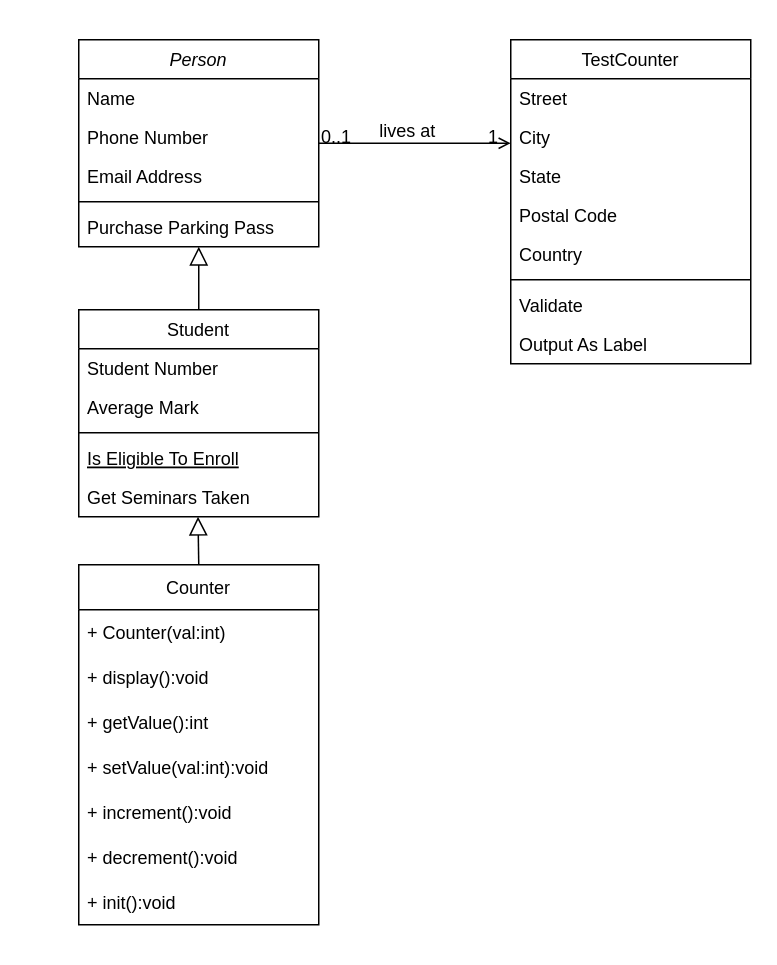
Above: Untitled Diagram.drawio in alicemabille/bop (draw.io), before the change. Source tidied: cells renumbered, new cells numbered last; positions are measured from the earlier drawing's top-left corner, leaving out a move shared by most shapes. Both pictures are drawn from the tidied source at 150%, with x=0, y=0 at pixel (78, 39).
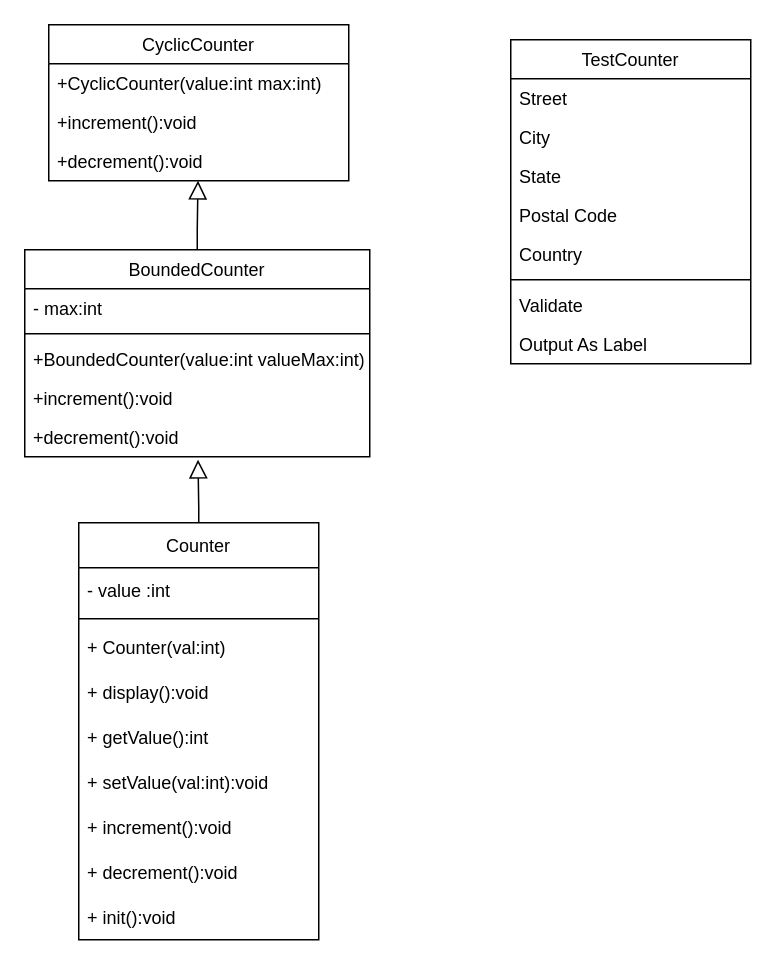
The same diagram, later.

The change refers to these unchanged cells:
```xml
<mxCell id="15" value="TestCounter&#10;" style="swimlane;fontStyle=0;align=center;verticalAlign=top;horizontal=1;startSize=26;rounded=0;shadow=0;strokeWidth=1;" parent="1" vertex="1">
  <mxGeometry x="288" width="160" height="216" as="geometry" />
</mxCell>
```

Diff of the diagram source:
```diff
@@
-    <mxCell id="2" value="Person" style="swimlane;fontStyle=2;align=center;verticalAlign=top;horizontal=1;startSize=26;rounded=0;shadow=0;strokeWidth=1;" parent="1" vertex="1">
-      <mxGeometry width="160" height="138" as="geometry" />
+    <mxCell id="2" value="BoundedCounter" style="swimlane;fontStyle=0;align=center;verticalAlign=top;horizontal=1;startSize=26;rounded=0;shadow=0;strokeWidth=1;" parent="1" vertex="1">
+      <mxGeometry x="-36" y="140" width="230" height="138" as="geometry" />
     </mxCell>
-    <mxCell id="3" value="Name" style="text;align=left;verticalAlign=top;spacingLeft=4;spacingRight=4;overflow=hidden;" parent="2" vertex="1">
-      <mxGeometry y="26" width="160" height="26" as="geometry" />
+    <mxCell id="3" value="- max:int" style="text;align=left;verticalAlign=top;spacingLeft=4;spacingRight=4;overflow=hidden;" parent="2" vertex="1">
+      <mxGeometry y="26" width="230" height="26" as="geometry" />
     </mxCell>
+    <mxCell id="37" style="line;html=1;strokeWidth=1;align=left;verticalAlign=middle;spacingTop=-1;spacingLeft=3;spacingRight=3;labelPosition=right;" parent="2" vertex="1">
+      <mxGeometry y="52" width="230" height="8" as="geometry" />
+    </mxCell>
-    <mxCell id="4" value="Phone Number" style="text;align=left;verticalAlign=top;spacingLeft=4;spacingRight=4;overflow=hidden;rounded=0;shadow=0;html=0;" parent="2" vertex="1">
-      <mxGeometry y="52" width="160" height="26" as="geometry" />
+    <mxCell id="4" value="+BoundedCounter(value:int valueMax:int)" style="text;align=left;verticalAlign=top;spacingLeft=4;spacingRight=4;overflow=hidden;rounded=0;shadow=0;html=0;" parent="2" vertex="1">
+      <mxGeometry y="60" width="230" height="26" as="geometry" />
     </mxCell>
-    <mxCell id="5" value="Email Address" style="text;align=left;verticalAlign=top;spacingLeft=4;spacingRight=4;overflow=hidden;rounded=0;shadow=0;html=0;" parent="2" vertex="1">
-      <mxGeometry y="78" width="160" height="26" as="geometry" />
+    <mxCell id="5" value="+increment():void" style="text;align=left;verticalAlign=top;spacingLeft=4;spacingRight=4;overflow=hidden;rounded=0;shadow=0;html=0;" parent="2" vertex="1">
+      <mxGeometry y="86" width="230" height="26" as="geometry" />
     </mxCell>
-    <mxCell id="6" style="line;html=1;strokeWidth=1;align=left;verticalAlign=middle;spacingTop=-1;spacingLeft=3;spacingRight=3;labelPosition=right;" parent="2" vertex="1">
-      <mxGeometry y="104" width="160" height="8" as="geometry" />
-    </mxCell>
-    <mxCell id="7" value="Purchase Parking Pass" style="text;align=left;verticalAlign=top;spacingLeft=4;spacingRight=4;overflow=hidden;" parent="2" vertex="1">
-      <mxGeometry y="112" width="160" height="26" as="geometry" />
+    <mxCell id="7" value="+decrement():void" style="text;align=left;verticalAlign=top;spacingLeft=4;spacingRight=4;overflow=hidden;" parent="2" vertex="1">
+      <mxGeometry y="112" width="230" height="26" as="geometry" />
     </mxCell>
-    <mxCell id="8" value="Student" style="swimlane;fontStyle=0;align=center;verticalAlign=top;horizontal=1;startSize=26;rounded=0;shadow=0;strokeWidth=1;" parent="1" vertex="1">
-      <mxGeometry y="180" width="160" height="138" as="geometry" />
+    <mxCell id="8" value="CyclicCounter" style="swimlane;fontStyle=0;align=center;verticalAlign=top;horizontal=1;startSize=26;rounded=0;shadow=0;strokeWidth=1;" parent="1" vertex="1">
+      <mxGeometry x="-20" y="-10" width="200" height="104" as="geometry" />
     </mxCell>
-    <mxCell id="9" value="Student Number" style="text;align=left;verticalAlign=top;spacingLeft=4;spacingRight=4;overflow=hidden;" parent="8" vertex="1">
-      <mxGeometry y="26" width="160" height="26" as="geometry" />
+    <mxCell id="9" value="+CyclicCounter(value:int max:int)" style="text;align=left;verticalAlign=top;spacingLeft=4;spacingRight=4;overflow=hidden;" parent="8" vertex="1">
+      <mxGeometry y="26" width="200" height="26" as="geometry" />
     </mxCell>
-    <mxCell id="10" value="Average Mark" style="text;align=left;verticalAlign=top;spacingLeft=4;spacingRight=4;overflow=hidden;rounded=0;shadow=0;html=0;" parent="8" vertex="1">
-      <mxGeometry y="52" width="160" height="26" as="geometry" />
+    <mxCell id="10" value="+increment():void" style="text;align=left;verticalAlign=top;spacingLeft=4;spacingRight=4;overflow=hidden;rounded=0;shadow=0;html=0;" parent="8" vertex="1">
+      <mxGeometry y="52" width="200" height="26" as="geometry" />
     </mxCell>
-    <mxCell id="11" style="line;html=1;strokeWidth=1;align=left;verticalAlign=middle;spacingTop=-1;spacingLeft=3;spacingRight=3;labelPosition=right;" parent="8" vertex="1">
-      <mxGeometry y="78" width="160" height="8" as="geometry" />
-    </mxCell>
-    <mxCell id="12" value="Is Eligible To Enroll" style="text;align=left;verticalAlign=top;spacingLeft=4;spacingRight=4;overflow=hidden;fontStyle=4;" parent="8" vertex="1">
-      <mxGeometry y="86" width="160" height="26" as="geometry" />
+    <mxCell id="12" value="+decrement():void" style="text;align=left;verticalAlign=top;spacingLeft=4;spacingRight=4;overflow=hidden;fontStyle=0;" parent="8" vertex="1">
+      <mxGeometry y="78" width="200" height="26" as="geometry" />
     </mxCell>
-    <mxCell id="13" value="Get Seminars Taken" style="text;align=left;verticalAlign=top;spacingLeft=4;spacingRight=4;overflow=hidden;" parent="8" vertex="1">
-      <mxGeometry y="112" width="160" height="26" as="geometry" />
-    </mxCell>
-    <mxCell id="14" style="endArrow=block;endSize=10;endFill=0;shadow=0;strokeWidth=1;rounded=0;edgeStyle=elbowEdgeStyle;elbow=vertical;" parent="1" edge="1" source="8" target="2">
-      <mxGeometry relative="1" as="geometry" />
-    </mxCell>
+    <mxCell id="38" style="endArrow=block;endSize=10;endFill=0;shadow=0;strokeWidth=1;rounded=0;edgeStyle=elbowEdgeStyle;elbow=vertical;exitX=0.5;exitY=0;exitDx=0;exitDy=0;" parent="8" edge="1" source="2">
+      <mxGeometry relative="1" as="geometry">
+        <mxPoint x="99.5" y="104" as="targetPoint" />
+        <Array as="points">
+          <mxPoint x="99.5" y="136" />
+        </Array>
+      </mxGeometry>
+    </mxCell>
@@
-    <mxCell id="24" style="endArrow=open;shadow=0;strokeWidth=1;rounded=0;endFill=1;edgeStyle=elbowEdgeStyle;elbow=vertical;" parent="1" edge="1" source="2" target="15">
-      <mxGeometry x="0.5" y="41" relative="1" as="geometry">
-        <mxPoint x="-40" y="32" as="offset" />
-      </mxGeometry>
-    </mxCell>
-    <mxCell id="25" value="0..1" style="align=left;verticalAlign=bottom;labelBackgroundColor=none;fontSize=12;" parent="24" vertex="1">
-      <mxGeometry x="-1" relative="1" as="geometry">
-        <mxPoint y="4" as="offset" />
-      </mxGeometry>
-    </mxCell>
-    <mxCell id="26" value="1" style="align=right;verticalAlign=bottom;labelBackgroundColor=none;fontSize=12;" parent="24" vertex="1">
-      <mxGeometry x="1" relative="1" as="geometry">
-        <mxPoint x="-7" y="4" as="offset" />
-      </mxGeometry>
-    </mxCell>
-    <mxCell id="27" value="lives at" style="text;html=1;align=center;verticalAlign=middle;labelBackgroundColor=none;rounded=0;shadow=0;strokeWidth=1;fontSize=12;" parent="24" vertex="1">
-      <mxGeometry x="0.5" y="49" relative="1" as="geometry">
-        <mxPoint x="-38" y="40" as="offset" />
-      </mxGeometry>
-    </mxCell>
     <mxCell id="28" value="Counter" style="swimlane;fontStyle=0;horizontal=1;startSize=30;direction=east;rounded=0;shadow=0;sketch=0;glass=0;" parent="1" vertex="1">
-      <mxGeometry y="350" width="160" height="240" as="geometry" />
+      <mxGeometry y="322" width="160" height="278" as="geometry" />
     </mxCell>
+    <mxCell id="39" value="- value :int" style="text;strokeColor=none;fillColor=none;align=left;verticalAlign=middle;spacingLeft=4;spacingRight=4;overflow=hidden;" parent="28" vertex="1">
+      <mxGeometry y="30" width="160" height="30" as="geometry" />
+    </mxCell>
+    <mxCell id="40" style="line;html=1;strokeWidth=1;align=left;verticalAlign=middle;spacingTop=-1;spacingLeft=3;spacingRight=3;labelPosition=right;" parent="28" vertex="1">
+      <mxGeometry y="60" width="160" height="8" as="geometry" />
+    </mxCell>
     <mxCell id="29" value="+ Counter(val:int)" style="text;strokeColor=none;fillColor=none;align=left;verticalAlign=middle;spacingLeft=4;spacingRight=4;overflow=hidden;" parent="28" vertex="1">
-      <mxGeometry y="30" width="160" height="30" as="geometry" />
+      <mxGeometry y="68" width="160" height="30" as="geometry" />
     </mxCell>
     <mxCell id="30" value="+ display():void" style="text;strokeColor=none;fillColor=none;align=left;verticalAlign=middle;spacingLeft=4;spacingRight=4;overflow=hidden;" parent="28" vertex="1">
-      <mxGeometry y="60" width="160" height="30" as="geometry" />
+      <mxGeometry y="98" width="160" height="30" as="geometry" />
     </mxCell>
     <mxCell id="31" value="+ getValue():int" style="text;strokeColor=none;fillColor=none;align=left;verticalAlign=middle;spacingLeft=4;spacingRight=4;overflow=hidden;" parent="28" vertex="1">
-      <mxGeometry y="90" width="160" height="30" as="geometry" />
+      <mxGeometry y="128" width="160" height="30" as="geometry" />
     </mxCell>
     <mxCell id="32" value="+ setValue(val:int):void" style="text;strokeColor=none;fillColor=none;align=left;verticalAlign=middle;spacingLeft=4;spacingRight=4;overflow=hidden;" parent="28" vertex="1">
-      <mxGeometry y="120" width="160" height="30" as="geometry" />
+      <mxGeometry y="158" width="160" height="30" as="geometry" />
     </mxCell>
     <mxCell id="33" value="+ increment():void" style="text;strokeColor=none;fillColor=none;align=left;verticalAlign=middle;spacingLeft=4;spacingRight=4;overflow=hidden;" parent="28" vertex="1">
-      <mxGeometry y="150" width="160" height="30" as="geometry" />
+      <mxGeometry y="188" width="160" height="30" as="geometry" />
     </mxCell>
     <mxCell id="34" value="+ decrement():void" style="text;strokeColor=none;fillColor=none;align=left;verticalAlign=middle;spacingLeft=4;spacingRight=4;overflow=hidden;" parent="28" vertex="1">
-      <mxGeometry y="180" width="160" height="30" as="geometry" />
+      <mxGeometry y="218" width="160" height="30" as="geometry" />
     </mxCell>
     <mxCell id="35" value="+ init():void" style="text;strokeColor=none;fillColor=none;align=left;verticalAlign=middle;spacingLeft=4;spacingRight=4;overflow=hidden;" parent="28" vertex="1">
-      <mxGeometry y="210" width="160" height="30" as="geometry" />
+      <mxGeometry y="248" width="160" height="30" as="geometry" />
     </mxCell>
     <mxCell id="36" style="endArrow=block;endSize=10;endFill=0;shadow=0;strokeWidth=1;rounded=0;edgeStyle=elbowEdgeStyle;elbow=vertical;exitX=0.5;exitY=0;exitDx=0;exitDy=0;" parent="1" edge="1" source="28">
       <mxGeometry relative="1" as="geometry">
-        <mxPoint x="79.5" y="318" as="targetPoint" />
+        <mxPoint x="79.5" y="280" as="targetPoint" />
         <Array as="points">
-          <mxPoint x="79.5" y="350" />
+          <mxPoint x="79.5" y="312" />
         </Array>
       </mxGeometry>
     </mxCell>
```
